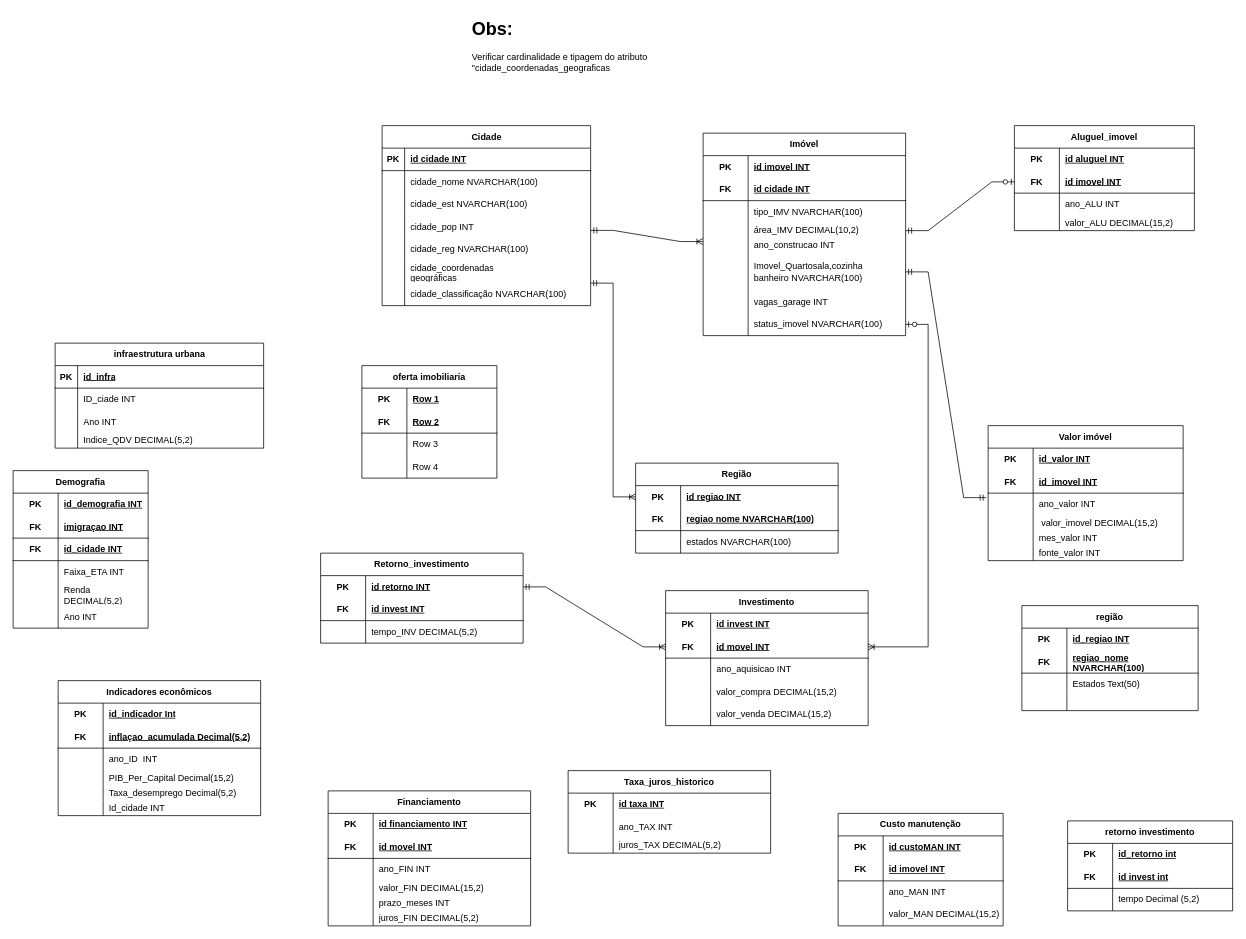
Before: GroupBy.drawio in Guilherme22B/Group_by, a draw.io diagram. Source tidied: cells renumbered, new cells numbered last; positions are measured from the earlier drawing's top-left corner, leaving out a move shared by most shapes. Both pictures are drawn from the tidied source at 75%, with x=0, y=0 at pixel (13, 13).
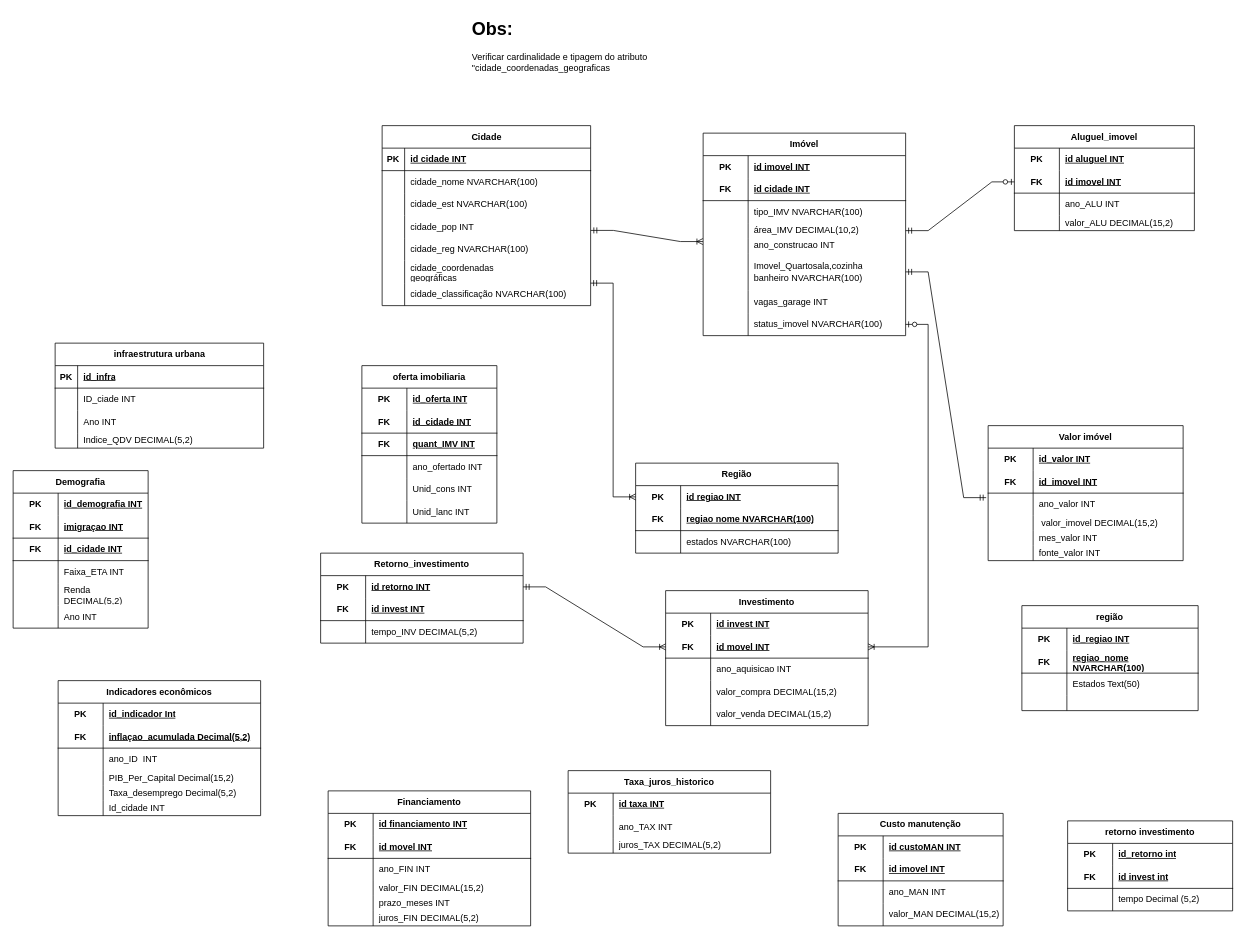
The same diagram, later.

The change refers to these unchanged cells:
```xml
<mxCell id="243" style="shape=tableRow;horizontal=0;startSize=0;swimlaneHead=0;swimlaneBody=0;fillColor=none;top=0;left=0;right=0;bottom=0;html=1;" parent="242" vertex="1">
  <mxGeometry y="30" width="180" height="30" as="geometry" />
</mxCell>
<mxCell id="246" style="shape=tableRow;horizontal=0;startSize=0;swimlaneHead=0;swimlaneBody=0;fillColor=none;top=0;left=0;right=0;bottom=1;html=1;" parent="242" vertex="1">
  <mxGeometry y="60" width="180" height="30" as="geometry" />
</mxCell>
```

Diff of the diagram source:
```diff
@@
     <mxCell id="242" value="oferta imobiliaria" style="shape=table;startSize=30;childLayout=tableLayout;rowLines=0;fontStyle=1;align=center;html=1;whiteSpace=wrap;" parent="1" vertex="1">
-      <mxGeometry x="465" y="470" width="180" height="150" as="geometry" />
+      <mxGeometry x="465" y="470" width="180" height="210" as="geometry" />
     </mxCell>
@@
-    <mxCell id="245" value="Row 1" style="shape=partialRectangle;fillColor=none;top=0;left=0;bottom=0;right=0;align=left;spacingLeft=6;fontStyle=5;overflow=hidden;html=1;whiteSpace=wrap;" parent="243" vertex="1">
+    <mxCell id="245" value="id_oferta INT" style="shape=partialRectangle;fillColor=none;top=0;left=0;bottom=0;right=0;align=left;spacingLeft=6;fontStyle=5;overflow=hidden;html=1;whiteSpace=wrap;" parent="243" vertex="1">
       <mxGeometry x="60" width="120" height="30" as="geometry" />
     </mxCell>
@@
-    <mxCell id="248" value="Row 2" style="shape=partialRectangle;fillColor=none;top=0;left=0;bottom=0;right=0;align=left;spacingLeft=6;fontStyle=5;overflow=hidden;html=1;whiteSpace=wrap;" parent="246" vertex="1">
+    <mxCell id="248" value="id_cidade INT" style="shape=partialRectangle;fillColor=none;top=0;left=0;bottom=0;right=0;align=left;spacingLeft=6;fontStyle=5;overflow=hidden;html=1;whiteSpace=wrap;" parent="246" vertex="1">
       <mxGeometry x="60" width="120" height="30" as="geometry" />
     </mxCell>
+    <mxCell id="255" style="shape=tableRow;horizontal=0;startSize=0;swimlaneHead=0;swimlaneBody=0;fillColor=none;top=0;left=0;right=0;bottom=1;html=1;" parent="242" vertex="1">
+      <mxGeometry y="90" width="180" height="30" as="geometry" />
+    </mxCell>
+    <mxCell id="256" value="FK" style="shape=partialRectangle;fillColor=none;top=0;left=0;bottom=0;right=0;fontStyle=1;overflow=hidden;html=1;whiteSpace=wrap;" parent="255" vertex="1">
+      <mxGeometry width="60" height="30" as="geometry" />
+    </mxCell>
+    <mxCell id="257" value="quant_IMV INT" style="shape=partialRectangle;fillColor=none;top=0;left=0;bottom=0;right=0;align=left;spacingLeft=6;fontStyle=5;overflow=hidden;html=1;whiteSpace=wrap;" parent="255" vertex="1">
+      <mxGeometry x="60" width="120" height="30" as="geometry" />
+    </mxCell>
     <mxCell id="249" style="shape=tableRow;horizontal=0;startSize=0;swimlaneHead=0;swimlaneBody=0;fillColor=none;top=0;left=0;right=0;bottom=0;html=1;" parent="242" vertex="1">
-      <mxGeometry y="90" width="180" height="30" as="geometry" />
+      <mxGeometry y="120" width="180" height="30" as="geometry" />
     </mxCell>
@@
-    <mxCell id="251" value="Row 3" style="shape=partialRectangle;fillColor=none;top=0;left=0;bottom=0;right=0;align=left;spacingLeft=6;overflow=hidden;html=1;whiteSpace=wrap;" parent="249" vertex="1">
+    <mxCell id="251" value="ano_ofertado INT" style="shape=partialRectangle;fillColor=none;top=0;left=0;bottom=0;right=0;align=left;spacingLeft=6;overflow=hidden;html=1;whiteSpace=wrap;" parent="249" vertex="1">
       <mxGeometry x="60" width="120" height="30" as="geometry" />
     </mxCell>
     <mxCell id="252" style="shape=tableRow;horizontal=0;startSize=0;swimlaneHead=0;swimlaneBody=0;fillColor=none;top=0;left=0;right=0;bottom=0;html=1;" parent="242" vertex="1">
-      <mxGeometry y="120" width="180" height="30" as="geometry" />
+      <mxGeometry y="150" width="180" height="30" as="geometry" />
     </mxCell>
@@
-    <mxCell id="254" value="Row 4" style="shape=partialRectangle;fillColor=none;top=0;left=0;bottom=0;right=0;align=left;spacingLeft=6;overflow=hidden;html=1;whiteSpace=wrap;" parent="252" vertex="1">
+    <mxCell id="254" value="Unid_cons INT" style="shape=partialRectangle;fillColor=none;top=0;left=0;bottom=0;right=0;align=left;spacingLeft=6;overflow=hidden;html=1;whiteSpace=wrap;" parent="252" vertex="1">
       <mxGeometry x="60" width="120" height="30" as="geometry" />
     </mxCell>
+    <mxCell id="258" style="shape=tableRow;horizontal=0;startSize=0;swimlaneHead=0;swimlaneBody=0;fillColor=none;top=0;left=0;right=0;bottom=0;html=1;" parent="242" vertex="1">
+      <mxGeometry y="180" width="180" height="30" as="geometry" />
+    </mxCell>
+    <mxCell id="259" style="shape=partialRectangle;fillColor=none;top=0;left=0;bottom=0;right=0;overflow=hidden;html=1;whiteSpace=wrap;" parent="258" vertex="1">
+      <mxGeometry width="60" height="30" as="geometry" />
+    </mxCell>
+    <mxCell id="260" value="Unid_lanc INT" style="shape=partialRectangle;fillColor=none;top=0;left=0;bottom=0;right=0;align=left;spacingLeft=6;overflow=hidden;html=1;whiteSpace=wrap;" parent="258" vertex="1">
+      <mxGeometry x="60" width="120" height="30" as="geometry" />
+    </mxCell>
```
